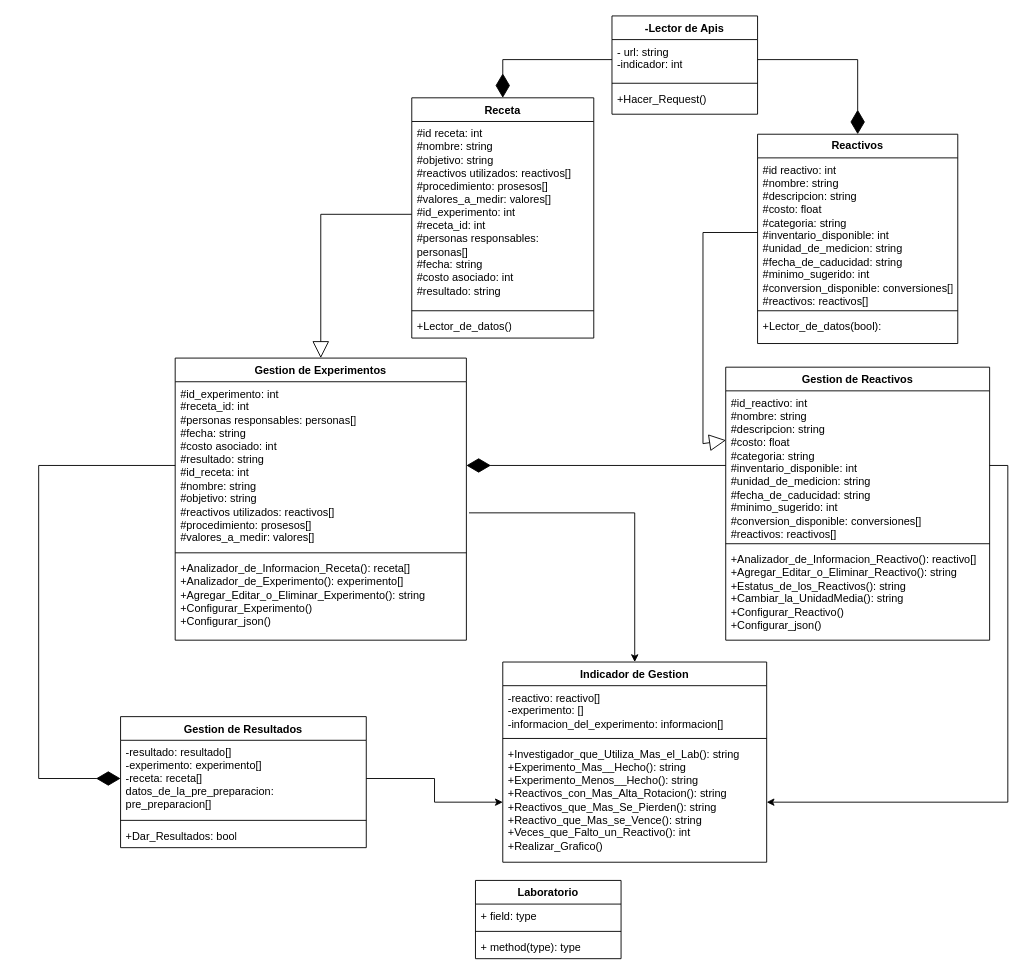
Above: Diagrama_proyecto.drawio in Diegoafkx/Proyecto (draw.io), before the change. Source tidied: cells renumbered, new cells numbered last; positions are measured from the earlier drawing's top-left corner, leaving out a move shared by most shapes. Both pictures are drawn from the tidied source at 91%, with x=0, y=0 at pixel (38, 15).
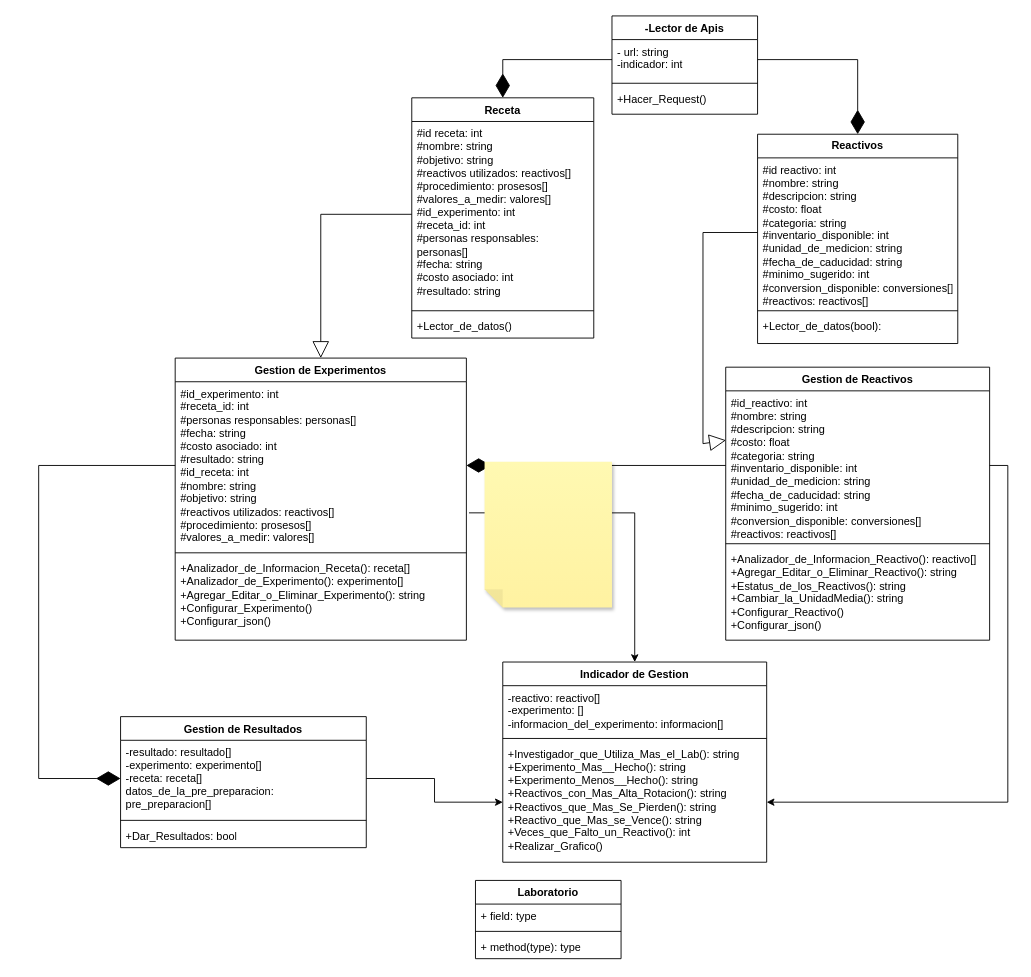
The same diagram, later.

Change to the diagram source:
```diff
@@
+    <mxCell id="43" style="shape=note;whiteSpace=wrap;html=1;backgroundOutline=1;fontColor=#000000;darkOpacity=0.05;fillColor=#FFF9B2;strokeColor=none;fillStyle=solid;direction=west;gradientDirection=north;gradientColor=#FFF2A1;shadow=1;size=20;" parent="1" vertex="1">
+      <mxGeometry x="490" y="490" width="140" height="160" as="geometry" />
+    </mxCell>
```
